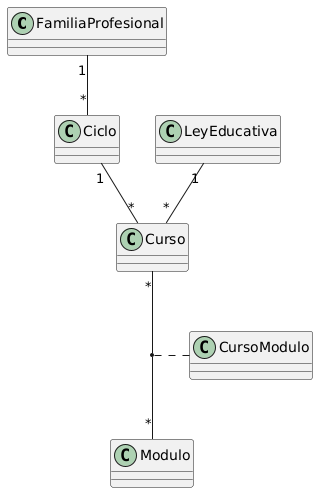
The PlantUML diagram src/main/java/com/educaflow/subsystem/sistemaeducativo/domains/tablas.png in educaflow/secretaria-virtual, before a commit.
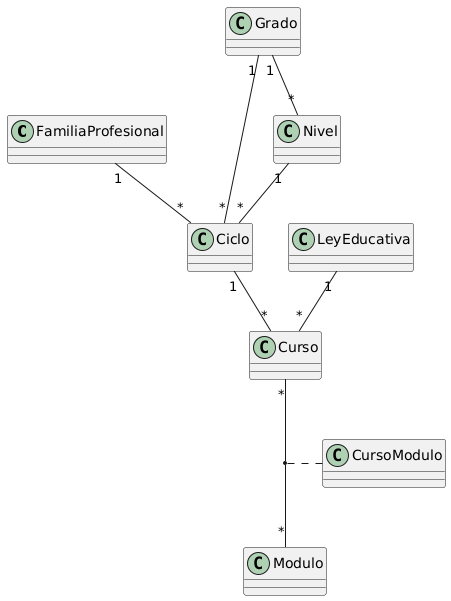
Above is the later version.

The edit, as a diff of the source:
```diff
@@ -1,6 +1,10 @@
 @startuml
 
 FamiliaProfesional "1" -- "*" Ciclo
+
+Grado "1" -- "*" Nivel
+Grado "1" -- "*" Ciclo
+Nivel "1" -- "*" Ciclo
 
 Ciclo "1" -- "*" Curso
 Curso "*" -- "*" Modulo
```
